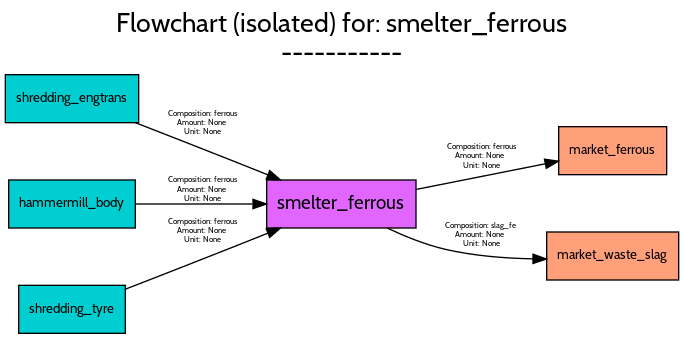
FutuRaM-Project/Recovery-Model keeps this Graphviz diagram as src/examples/ELV/figures/flowcharts/processes/png/smelter_ferrous.png. Above is the earlier version. Its source is kept beside it as src/examples/ELV/figures/flowcharts/processes/dot/smelter_ferrous.dot. Source of this version:
```dot
digraph {
	graph [bb="0,0,505,246",
		font=Cabin,
		fontname=Cabin,
		fontsize=20,
		label="Flowchart (isolated) for: smelter_ferrous
-----------",
		labeljust=c,
		labelloc=tc,
		lheight=0.61,
		lp="252.5,220",
		lwidth=4.71,
		nodesep=0.6,
		rankdir=LR,
		ranksep=0.6
	];
	node [label="\N"];
	smelter_ferrous	[fillcolor=mediumorchid1,
		fontname=Cabin,
		fontsize=14,
		height=0.5,
		pos="252,97",
		shape=box,
		style=filled,
		width=1.5556];
	market_ferrous	[fillcolor=lightsalmon1,
		fontname=Cabin,
		fontsize=10,
		height=0.5,
		pos="455.5,137",
		shape=box,
		style=filled,
		width=1.125];
	smelter_ferrous -> market_ferrous	[color=black,
		fontname=Cabin,
		fontsize=6,
		label="Composition: ferrous
Amount: None
Unit: None",
		lp="357,132.5",
		pos="e,414.84,129.13 308.06,107.93 338.29,113.93 375.48,121.31 404.82,127.14"];
	market_waste_slag	[fillcolor=lightsalmon1,
		fontname=Cabin,
		fontsize=10,
		height=0.5,
		pos="455.5,58",
		shape=box,
		style=filled,
		width=1.375];
	smelter_ferrous -> market_waste_slag	[color=black,
		fontname=Cabin,
		fontsize=6,
		label="Composition: slag_fe
Amount: None
Unit: None",
		lp="357,73.5",
		pos="e,405.75,55.762 286.54,78.907 299.71,72.69 315.2,66.435 330,63 351.1,58.105 374.73,56.274 395.7,55.859"];
	shredding_engtrans	[fillcolor=darkturquoise,
		fontname=Cabin,
		fontsize=10,
		height=0.5,
		pos="50,176",
		shape=box,
		style=filled,
		width=1.3889];
	shredding_engtrans -> smelter_ferrous	[color=black,
		fontname=Cabin,
		fontsize=6,
		label="Composition: ferrous
Amount: None
Unit: None",
		lp="148,157.5",
		pos="e,206.24,115.11 97.48,158 120.52,149.04 148.75,138.01 174,128 181.43,125.06 189.25,121.93 196.95,118.84"];
	hammermill_body	[fillcolor=darkturquoise,
		fontname=Cabin,
		fontsize=10,
		height=0.5,
		pos="50,97",
		shape=box,
		style=filled,
		width=1.3194];
	hammermill_body -> smelter_ferrous	[color=black,
		fontname=Cabin,
		fontsize=6,
		label="Composition: ferrous
Amount: None
Unit: None",
		lp="148,107.5",
		pos="e,195.75,97 97.639,97 123.75,97 156.73,97 185.4,97"];
	shredding_tyre	[fillcolor=darkturquoise,
		fontname=Cabin,
		fontsize=10,
		height=0.5,
		pos="50,18",
		shape=box,
		style=filled,
		width=1.1111];
	shredding_tyre -> smelter_ferrous	[color=black,
		fontname=Cabin,
		fontsize=6,
		label="Composition: ferrous
Amount: None
Unit: None",
		lp="148,76.5",
		pos="e,206.24,78.888 90.095,33.134 114.29,42.53 145.98,54.892 174,66 181.43,68.945 189.25,72.068 196.95,75.155"];
}
```
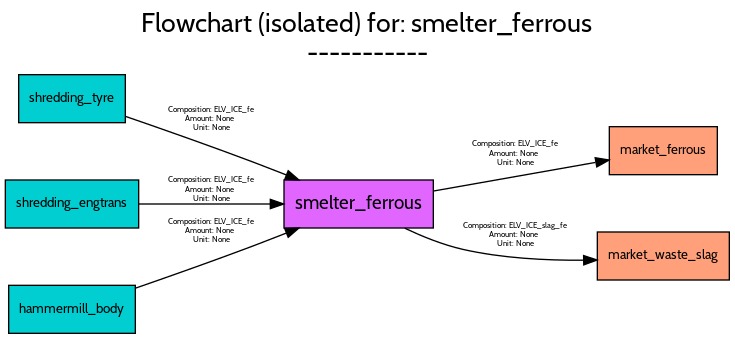
The same file after the commit.

The edit, as a diff of the source:
```diff
@@ -1,5 +1,5 @@
 digraph {
-	graph [bb="0,0,505,246",
+	graph [bb="0,0,543,246",
 		font=Cabin,
 		fontname=Cabin,
 		fontsize=20,
@@ -8,7 +8,7 @@
 		labeljust=c,
 		labelloc=tc,
 		lheight=0.61,
-		lp="252.5,220",
+		lp="271.5,220",
 		lwidth=4.71,
 		nodesep=0.6,
 		rankdir=LR,
@@ -19,7 +19,7 @@
 		fontname=Cabin,
 		fontsize=14,
 		height=0.5,
-		pos="252,97",
+		pos="265,97",
 		shape=box,
 		style=filled,
 		width=1.5556];
@@ -27,80 +27,80 @@
 		fontname=Cabin,
 		fontsize=10,
 		height=0.5,
-		pos="455.5,137",
+		pos="493.5,137",
 		shape=box,
 		style=filled,
 		width=1.125];
 	smelter_ferrous -> market_ferrous	[color=black,
 		fontname=Cabin,
 		fontsize=6,
-		label="Composition: ferrous
+		label="Composition: ELV_ICE_fe
 Amount: None
 Unit: None",
-		lp="357,132.5",
-		pos="e,414.84,129.13 308.06,107.93 338.29,113.93 375.48,121.31 404.82,127.14"];
+		lp="382.5,134.5",
+		pos="e,452.83,129.99 321.12,106.73 358.18,113.28 406.65,121.84 442.58,128.18"];
 	market_waste_slag	[fillcolor=lightsalmon1,
 		fontname=Cabin,
 		fontsize=10,
 		height=0.5,
-		pos="455.5,58",
+		pos="493.5,58",
 		shape=box,
 		style=filled,
 		width=1.375];
 	smelter_ferrous -> market_waste_slag	[color=black,
 		fontname=Cabin,
 		fontsize=6,
-		label="Composition: slag_fe
+		label="Composition: ELV_ICE_slag_fe
 Amount: None
 Unit: None",
-		lp="357,73.5",
-		pos="e,405.75,55.762 286.54,78.907 299.71,72.69 315.2,66.435 330,63 351.1,58.105 374.73,56.274 395.7,55.859"];
-	shredding_engtrans	[fillcolor=darkturquoise,
+		lp="382.5,73.5",
+		pos="e,443.76,54.984 299.53,78.855 312.7,72.631 328.18,66.385 343,63 372.3,56.307 405.65,54.643 433.41,54.829"];
+	shredding_tyre	[fillcolor=darkturquoise,
 		fontname=Cabin,
 		fontsize=10,
 		height=0.5,
 		pos="50,176",
 		shape=box,
 		style=filled,
-		width=1.3889];
-	shredding_engtrans -> smelter_ferrous	[color=black,
+		width=1.1111];
+	shredding_tyre -> smelter_ferrous	[color=black,
 		fontname=Cabin,
 		fontsize=6,
-		label="Composition: ferrous
+		label="Composition: ELV_ICE_fe
 Amount: None
 Unit: None",
-		lp="148,157.5",
-		pos="e,206.24,115.11 97.48,158 120.52,149.04 148.75,138.01 174,128 181.43,125.06 189.25,121.93 196.95,118.84"];
-	hammermill_body	[fillcolor=darkturquoise,
+		lp="154.5,160.5",
+		pos="e,220.15,115.04 90.148,162.69 117.41,153.29 154.56,140.25 187,128 194.67,125.1 202.73,121.97 210.63,118.83"];
+	shredding_engtrans	[fillcolor=darkturquoise,
 		fontname=Cabin,
 		fontsize=10,
 		height=0.5,
 		pos="50,97",
 		shape=box,
 		style=filled,
-		width=1.3194];
-	hammermill_body -> smelter_ferrous	[color=black,
+		width=1.3889];
+	shredding_engtrans -> smelter_ferrous	[color=black,
 		fontname=Cabin,
 		fontsize=6,
-		label="Composition: ferrous
+		label="Composition: ELV_ICE_fe
 Amount: None
 Unit: None",
-		lp="148,107.5",
-		pos="e,195.75,97 97.639,97 123.75,97 156.73,97 185.4,97"];
-	shredding_tyre	[fillcolor=darkturquoise,
+		lp="154.5,107.5",
+		pos="e,208.74,97 100.13,97 129.4,97 166.91,97 198.65,97"];
+	hammermill_body	[fillcolor=darkturquoise,
 		fontname=Cabin,
 		fontsize=10,
 		height=0.5,
 		pos="50,18",
 		shape=box,
 		style=filled,
-		width=1.1111];
-	shredding_tyre -> smelter_ferrous	[color=black,
+		width=1.3194];
+	hammermill_body -> smelter_ferrous	[color=black,
 		fontname=Cabin,
 		fontsize=6,
-		label="Composition: ferrous
+		label="Composition: ELV_ICE_fe
 Amount: None
 Unit: None",
-		lp="148,76.5",
-		pos="e,206.24,78.888 90.095,33.134 114.29,42.53 145.98,54.892 174,66 181.43,68.945 189.25,72.068 196.95,75.155"];
+		lp="154.5,76.5",
+		pos="e,220.15,78.964 97.76,33.941 124.08,43.054 157.49,54.856 187,66 194.67,68.895 202.73,72.034 210.63,75.165"];
 }
```
